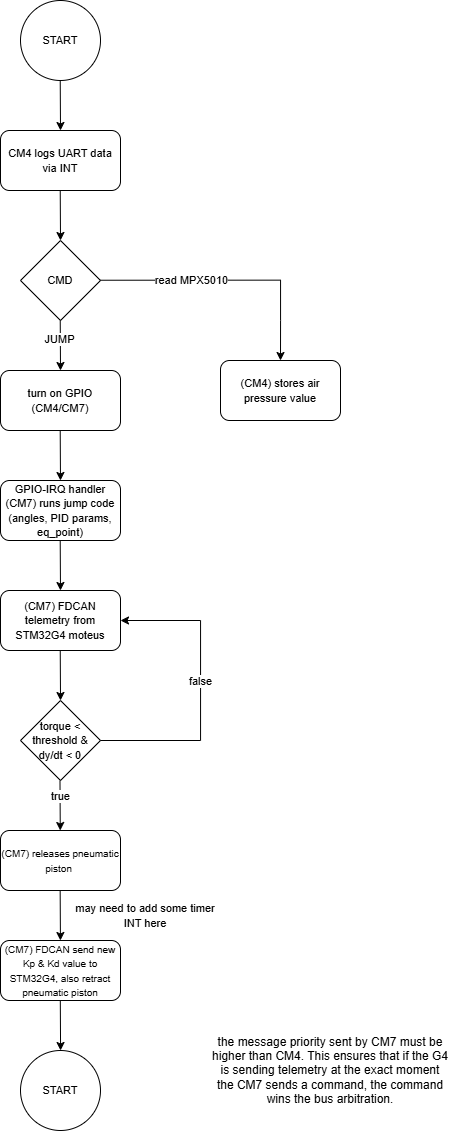
Earlier version of the draw.io export FYP control flowchart.png (milotruck-shin/doingmeathink). Source tidied: cells renumbered, new cells last; positions are measured from the earlier drawing's top-left corner, leaving out a move shared by most shapes.
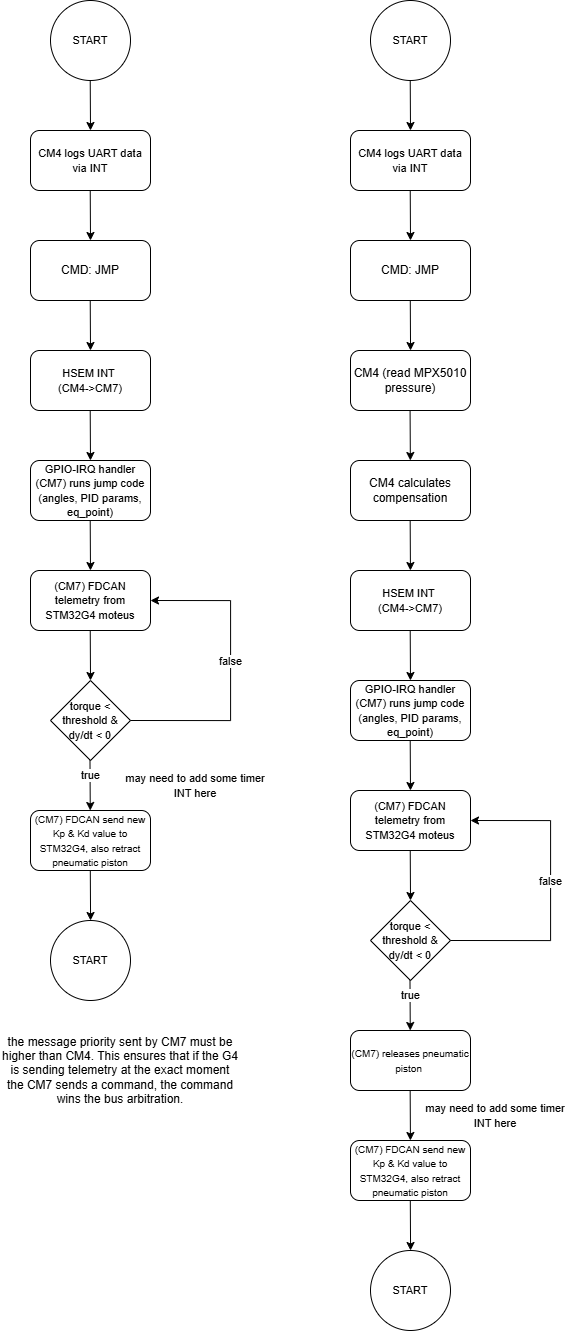
The same file after the commit.

Diff of the diagram source:
```diff
@@ -8,9 +8,6 @@
     <mxCell id="3" value="&lt;font style=&quot;font-size: 11px;&quot;&gt;CM4 logs UART data via INT&lt;/font&gt;" style="rounded=1;whiteSpace=wrap;html=1;" parent="1" vertex="1">
       <mxGeometry y="130" width="120" height="60" as="geometry" />
     </mxCell>
-    <mxCell id="4" value="&lt;font style=&quot;font-size: 11px;&quot;&gt;CMD&lt;/font&gt;" style="rhombus;whiteSpace=wrap;html=1;" parent="1" vertex="1">
-      <mxGeometry x="20" y="240" width="80" height="80" as="geometry" />
-    </mxCell>
     <mxCell id="5" style="endArrow=classic;html=1;rounded=0;entryX=0.5;entryY=0;entryDx=0;entryDy=0;" parent="1" edge="1" target="3">
       <mxGeometry relative="1" as="geometry">
         <mxPoint x="59.7" y="80" as="sourcePoint" />
@@ -24,65 +21,44 @@
     </mxCell>
     <mxCell id="7" style="endArrow=classic;html=1;rounded=0;entryX=0.5;entryY=0;entryDx=0;entryDy=0;" parent="1" edge="1">
       <mxGeometry relative="1" as="geometry">
-        <mxPoint x="59.7" y="320" as="sourcePoint" />
-        <mxPoint x="60" y="370" as="targetPoint" />
+        <mxPoint x="59.7" y="300" as="sourcePoint" />
+        <mxPoint x="60" y="350" as="targetPoint" />
       </mxGeometry>
     </mxCell>
-    <mxCell id="8" value="JUMP" style="edgeLabel;html=1;align=center;verticalAlign=middle;" parent="7" vertex="1">
-      <mxGeometry x="-0.23" y="-1" relative="1" as="geometry" />
-    </mxCell>
-    <mxCell id="9" style="endArrow=classic;html=1;rounded=0;edgeStyle=orthogonalEdgeStyle;" parent="1" edge="1">
-      <mxGeometry relative="1" as="geometry">
-        <mxPoint x="100" y="279.7" as="sourcePoint" />
-        <mxPoint x="280" y="360" as="targetPoint" />
-        <Array as="points">
-          <mxPoint x="280" y="280" />
-          <mxPoint x="280" y="320" />
-        </Array>
-      </mxGeometry>
-    </mxCell>
-    <mxCell id="10" value="read MPX5010" style="edgeLabel;html=1;align=center;verticalAlign=middle;" parent="9" vertex="1">
-      <mxGeometry x="-0.41" y="2" relative="1" as="geometry">
-        <mxPoint x="13" y="2" as="offset" />
-      </mxGeometry>
-    </mxCell>
-    <mxCell id="11" value="&lt;font style=&quot;font-size: 11px;&quot;&gt;turn on GPIO (CM4/CM7)&lt;/font&gt;" style="rounded=1;whiteSpace=wrap;html=1;" parent="1" vertex="1">
-      <mxGeometry y="370" width="120" height="60" as="geometry" />
+    <mxCell id="11" value="&lt;font style=&quot;font-size: 11px;&quot;&gt;HSEM INT&amp;nbsp;&lt;/font&gt;&lt;div&gt;&lt;font style=&quot;font-size: 11px;&quot;&gt;(CM4-&amp;gt;CM7)&lt;/font&gt;&lt;/div&gt;" style="rounded=1;whiteSpace=wrap;html=1;" parent="1" vertex="1">
+      <mxGeometry y="350" width="120" height="60" as="geometry" />
     </mxCell>
     <mxCell id="12" style="endArrow=classic;html=1;rounded=0;entryX=0.5;entryY=0;entryDx=0;entryDy=0;" parent="1" edge="1">
       <mxGeometry relative="1" as="geometry">
-        <mxPoint x="59.7" y="430" as="sourcePoint" />
-        <mxPoint x="60" y="480" as="targetPoint" />
+        <mxPoint x="59.7" y="410" as="sourcePoint" />
+        <mxPoint x="60" y="460" as="targetPoint" />
       </mxGeometry>
     </mxCell>
     <mxCell id="13" value="&lt;font style=&quot;font-size: 11px;&quot;&gt;GPIO-IRQ handler (CM7) runs jump code (angles, PID params, eq_point)&lt;/font&gt;" style="rounded=1;whiteSpace=wrap;html=1;" parent="1" vertex="1">
-      <mxGeometry y="480" width="120" height="60" as="geometry" />
+      <mxGeometry y="460" width="120" height="60" as="geometry" />
     </mxCell>
     <mxCell id="14" style="endArrow=classic;html=1;rounded=0;entryX=0.5;entryY=0;entryDx=0;entryDy=0;" parent="1" edge="1">
       <mxGeometry relative="1" as="geometry">
-        <mxPoint x="59.7" y="540" as="sourcePoint" />
-        <mxPoint x="60" y="590" as="targetPoint" />
+        <mxPoint x="59.7" y="520" as="sourcePoint" />
+        <mxPoint x="60" y="570" as="targetPoint" />
       </mxGeometry>
     </mxCell>
-    <mxCell id="15" value="&lt;font style=&quot;font-size: 11px;&quot;&gt;(CM4) stores air pressure value&lt;/font&gt;" style="rounded=1;whiteSpace=wrap;html=1;" parent="1" vertex="1">
-      <mxGeometry x="220" y="360" width="120" height="60" as="geometry" />
-    </mxCell>
     <mxCell id="16" value="&lt;font style=&quot;font-size: 11px;&quot;&gt;(CM7) FDCAN telemetry from STM32G4 moteus&lt;/font&gt;" style="rounded=1;whiteSpace=wrap;html=1;" parent="1" vertex="1">
-      <mxGeometry y="590" width="120" height="60" as="geometry" />
+      <mxGeometry y="570" width="120" height="60" as="geometry" />
     </mxCell>
     <mxCell id="17" value="&lt;font style=&quot;font-size: 11px;&quot;&gt;torque &amp;lt; threshold &amp;amp; dy/dt &amp;lt; 0&lt;/font&gt;" style="rhombus;whiteSpace=wrap;html=1;" parent="1" vertex="1">
-      <mxGeometry x="20" y="700" width="80" height="80" as="geometry" />
+      <mxGeometry x="20" y="680" width="80" height="80" as="geometry" />
     </mxCell>
     <mxCell id="18" style="endArrow=classic;html=1;rounded=0;entryX=0.5;entryY=0;entryDx=0;entryDy=0;" parent="1" edge="1">
       <mxGeometry relative="1" as="geometry">
-        <mxPoint x="59.7" y="650" as="sourcePoint" />
-        <mxPoint x="60" y="700" as="targetPoint" />
+        <mxPoint x="59.7" y="630" as="sourcePoint" />
+        <mxPoint x="60" y="680" as="targetPoint" />
       </mxGeometry>
     </mxCell>
     <mxCell id="19" style="endArrow=classic;html=1;rounded=0;entryX=0.5;entryY=0;entryDx=0;entryDy=0;" parent="1" edge="1">
       <mxGeometry relative="1" as="geometry">
-        <mxPoint x="59.5" y="780" as="sourcePoint" />
-        <mxPoint x="59.8" y="830" as="targetPoint" />
+        <mxPoint x="59.5" y="760" as="sourcePoint" />
+        <mxPoint x="59.8" y="810" as="targetPoint" />
       </mxGeometry>
     </mxCell>
     <mxCell id="20" value="true" style="edgeLabel;html=1;align=center;verticalAlign=middle;" parent="19" vertex="1">
@@ -93,8 +69,8 @@
     <mxCell id="21" style="endArrow=classic;html=1;rounded=0;edgeStyle=orthogonalEdgeStyle;exitX=1;exitY=0.5;exitDx=0;exitDy=0;entryX=1;entryY=0.5;entryDx=0;entryDy=0;" parent="1" edge="1" source="17" target="16">
       <mxGeometry relative="1" as="geometry">
         <Array as="points">
-          <mxPoint x="200" y="740" />
-          <mxPoint x="200" y="620" />
+          <mxPoint x="200" y="720" />
+          <mxPoint x="200" y="600" />
         </Array>
       </mxGeometry>
     </mxCell>
@@ -103,32 +79,148 @@
         <mxPoint x="14" y="-60" as="offset" />
       </mxGeometry>
     </mxCell>
-    <mxCell id="23" value="&lt;font size=&quot;1&quot;&gt;(CM7) releases pneumatic piston&amp;nbsp;&lt;/font&gt;" style="rounded=1;whiteSpace=wrap;html=1;" parent="1" vertex="1">
-      <mxGeometry y="830" width="120" height="60" as="geometry" />
-    </mxCell>
     <mxCell id="24" value="the message priority sent by CM7 must be higher than CM4.&amp;nbsp;This ensures that if the G4 is sending telemetry at the exact moment the CM7 sends a command, the command wins the bus arbitration." style="text;html=1;whiteSpace=wrap;strokeColor=none;fillColor=none;align=center;verticalAlign=middle;rounded=0;" parent="1" vertex="1">
-      <mxGeometry x="210" y="1020" width="240" height="100" as="geometry" />
+      <mxGeometry x="-30" y="1020" width="240" height="100" as="geometry" />
     </mxCell>
     <mxCell id="25" value="&lt;span style=&quot;font-size: x-small;&quot;&gt;(CM7) FDCAN send new Kp &amp;amp; Kd value to STM32G4, also retract pneumatic piston&lt;/span&gt;" style="rounded=1;whiteSpace=wrap;html=1;" parent="1" vertex="1">
-      <mxGeometry y="940" width="120" height="60" as="geometry" />
+      <mxGeometry y="810" width="120" height="60" as="geometry" />
     </mxCell>
-    <mxCell id="26" style="endArrow=classic;html=1;rounded=0;entryX=0.5;entryY=0;entryDx=0;entryDy=0;" parent="1" edge="1">
-      <mxGeometry relative="1" as="geometry">
-        <mxPoint x="59.7" y="890" as="sourcePoint" />
-        <mxPoint x="59.9" y="940" as="targetPoint" />
-      </mxGeometry>
-    </mxCell>
     <mxCell id="27" value="&lt;font style=&quot;font-size: 11px;&quot;&gt;may need to add some timer INT here&lt;/font&gt;" style="text;html=1;whiteSpace=wrap;strokeColor=none;fillColor=none;align=center;verticalAlign=middle;rounded=0;" parent="1" vertex="1">
-      <mxGeometry x="70" y="900" width="150" height="30" as="geometry" />
+      <mxGeometry x="90" y="770" width="150" height="30" as="geometry" />
     </mxCell>
     <mxCell id="28" value="&lt;font style=&quot;font-size: 11px;&quot;&gt;START&lt;/font&gt;" style="ellipse;whiteSpace=wrap;html=1;" parent="1" vertex="1">
-      <mxGeometry x="20" y="1050" width="80" height="80" as="geometry" />
+      <mxGeometry x="20" y="920" width="80" height="80" as="geometry" />
     </mxCell>
     <mxCell id="29" style="endArrow=classic;html=1;rounded=0;entryX=0.5;entryY=0;entryDx=0;entryDy=0;" parent="1" edge="1">
       <mxGeometry relative="1" as="geometry">
-        <mxPoint x="59.8" y="1000" as="sourcePoint" />
-        <mxPoint x="60.1" y="1050" as="targetPoint" />
+        <mxPoint x="59.8" y="870" as="sourcePoint" />
+        <mxPoint x="60.1" y="920" as="targetPoint" />
       </mxGeometry>
     </mxCell>
+    <mxCell id="30" value="&lt;font style=&quot;font-size: 11px;&quot;&gt;START&lt;/font&gt;" style="ellipse;whiteSpace=wrap;html=1;" parent="1" vertex="1">
+      <mxGeometry x="340" width="80" height="80" as="geometry" />
+    </mxCell>
+    <mxCell id="31" value="&lt;font style=&quot;font-size: 11px;&quot;&gt;CM4 logs UART data via INT&lt;/font&gt;" style="rounded=1;whiteSpace=wrap;html=1;" parent="1" vertex="1">
+      <mxGeometry x="320" y="130" width="120" height="60" as="geometry" />
+    </mxCell>
+    <mxCell id="32" style="endArrow=classic;html=1;rounded=0;entryX=0.5;entryY=0;entryDx=0;entryDy=0;" parent="1" edge="1" target="31">
+      <mxGeometry relative="1" as="geometry">
+        <mxPoint x="379.7" y="80" as="sourcePoint" />
+      </mxGeometry>
+    </mxCell>
+    <mxCell id="33" style="endArrow=classic;html=1;rounded=0;entryX=0.5;entryY=0;entryDx=0;entryDy=0;" parent="1" edge="1">
+      <mxGeometry relative="1" as="geometry">
+        <mxPoint x="379.7" y="190" as="sourcePoint" />
+        <mxPoint x="380" y="240" as="targetPoint" />
+      </mxGeometry>
+    </mxCell>
+    <mxCell id="34" value="&lt;font style=&quot;font-size: 11px;&quot;&gt;HSEM INT&amp;nbsp;&lt;/font&gt;&lt;div&gt;&lt;font style=&quot;font-size: 11px;&quot;&gt;(CM4-&amp;gt;CM7)&lt;/font&gt;&lt;/div&gt;" style="rounded=1;whiteSpace=wrap;html=1;" parent="1" vertex="1">
+      <mxGeometry x="320" y="570" width="120" height="60" as="geometry" />
+    </mxCell>
+    <mxCell id="35" style="endArrow=classic;html=1;rounded=0;entryX=0.5;entryY=0;entryDx=0;entryDy=0;" parent="1" edge="1">
+      <mxGeometry relative="1" as="geometry">
+        <mxPoint x="379.7" y="630" as="sourcePoint" />
+        <mxPoint x="380" y="680" as="targetPoint" />
+      </mxGeometry>
+    </mxCell>
+    <mxCell id="36" value="&lt;font style=&quot;font-size: 11px;&quot;&gt;GPIO-IRQ handler (CM7) runs jump code (angles, PID params, eq_point)&lt;/font&gt;" style="rounded=1;whiteSpace=wrap;html=1;" parent="1" vertex="1">
+      <mxGeometry x="320" y="680" width="120" height="60" as="geometry" />
+    </mxCell>
+    <mxCell id="37" style="endArrow=classic;html=1;rounded=0;entryX=0.5;entryY=0;entryDx=0;entryDy=0;" parent="1" edge="1">
+      <mxGeometry relative="1" as="geometry">
+        <mxPoint x="379.7" y="740" as="sourcePoint" />
+        <mxPoint x="380" y="790" as="targetPoint" />
+      </mxGeometry>
+    </mxCell>
+    <mxCell id="38" value="&lt;font style=&quot;font-size: 11px;&quot;&gt;(CM7) FDCAN telemetry from STM32G4 moteus&lt;/font&gt;" style="rounded=1;whiteSpace=wrap;html=1;" parent="1" vertex="1">
+      <mxGeometry x="320" y="790" width="120" height="60" as="geometry" />
+    </mxCell>
+    <mxCell id="39" value="&lt;font style=&quot;font-size: 11px;&quot;&gt;torque &amp;lt; threshold &amp;amp; dy/dt &amp;lt; 0&lt;/font&gt;" style="rhombus;whiteSpace=wrap;html=1;" parent="1" vertex="1">
+      <mxGeometry x="340" y="900" width="80" height="80" as="geometry" />
+    </mxCell>
+    <mxCell id="40" style="endArrow=classic;html=1;rounded=0;entryX=0.5;entryY=0;entryDx=0;entryDy=0;" parent="1" edge="1">
+      <mxGeometry relative="1" as="geometry">
+        <mxPoint x="379.7" y="850" as="sourcePoint" />
+        <mxPoint x="380" y="900" as="targetPoint" />
+      </mxGeometry>
+    </mxCell>
+    <mxCell id="41" style="endArrow=classic;html=1;rounded=0;entryX=0.5;entryY=0;entryDx=0;entryDy=0;" parent="1" edge="1">
+      <mxGeometry relative="1" as="geometry">
+        <mxPoint x="379.5" y="980" as="sourcePoint" />
+        <mxPoint x="379.8" y="1030" as="targetPoint" />
+      </mxGeometry>
+    </mxCell>
+    <mxCell id="42" value="true" style="edgeLabel;html=1;align=center;verticalAlign=middle;" parent="41" vertex="1">
+      <mxGeometry x="-0.38" y="-2" relative="1" as="geometry">
+        <mxPoint x="2" as="offset" />
+      </mxGeometry>
+    </mxCell>
+    <mxCell id="43" style="endArrow=classic;html=1;rounded=0;edgeStyle=orthogonalEdgeStyle;exitX=1;exitY=0.5;exitDx=0;exitDy=0;entryX=1;entryY=0.5;entryDx=0;entryDy=0;" parent="1" edge="1" source="39" target="38">
+      <mxGeometry relative="1" as="geometry">
+        <Array as="points">
+          <mxPoint x="520" y="940" />
+          <mxPoint x="520" y="820" />
+        </Array>
+      </mxGeometry>
+    </mxCell>
+    <mxCell id="44" value="false" style="edgeLabel;html=1;align=center;verticalAlign=middle;" parent="43" vertex="1">
+      <mxGeometry x="-0.42" relative="1" as="geometry">
+        <mxPoint x="14" y="-60" as="offset" />
+      </mxGeometry>
+    </mxCell>
+    <mxCell id="23" value="&lt;font size=&quot;1&quot;&gt;(CM7) releases pneumatic piston&amp;nbsp;&lt;/font&gt;" style="rounded=1;whiteSpace=wrap;html=1;" parent="1" vertex="1">
+      <mxGeometry x="320" y="1030" width="120" height="60" as="geometry" />
+    </mxCell>
+    <mxCell id="45" value="&lt;span style=&quot;font-size: x-small;&quot;&gt;(CM7) FDCAN send new Kp &amp;amp; Kd value to STM32G4, also retract pneumatic piston&lt;/span&gt;" style="rounded=1;whiteSpace=wrap;html=1;" parent="1" vertex="1">
+      <mxGeometry x="320" y="1140" width="120" height="60" as="geometry" />
+    </mxCell>
+    <mxCell id="46" style="endArrow=classic;html=1;rounded=0;entryX=0.5;entryY=0;entryDx=0;entryDy=0;" parent="1" edge="1">
+      <mxGeometry relative="1" as="geometry">
+        <mxPoint x="379.7" y="1090" as="sourcePoint" />
+        <mxPoint x="379.9" y="1140" as="targetPoint" />
+      </mxGeometry>
+    </mxCell>
+    <mxCell id="47" value="&lt;font style=&quot;font-size: 11px;&quot;&gt;may need to add some timer INT here&lt;/font&gt;" style="text;html=1;whiteSpace=wrap;strokeColor=none;fillColor=none;align=center;verticalAlign=middle;rounded=0;" parent="1" vertex="1">
+      <mxGeometry x="390" y="1100" width="150" height="30" as="geometry" />
+    </mxCell>
+    <mxCell id="48" value="&lt;font style=&quot;font-size: 11px;&quot;&gt;START&lt;/font&gt;" style="ellipse;whiteSpace=wrap;html=1;" parent="1" vertex="1">
+      <mxGeometry x="340" y="1250" width="80" height="80" as="geometry" />
+    </mxCell>
+    <mxCell id="49" style="endArrow=classic;html=1;rounded=0;entryX=0.5;entryY=0;entryDx=0;entryDy=0;" parent="1" edge="1">
+      <mxGeometry relative="1" as="geometry">
+        <mxPoint x="379.8" y="1200" as="sourcePoint" />
+        <mxPoint x="380.1" y="1250" as="targetPoint" />
+      </mxGeometry>
+    </mxCell>
+    <mxCell id="50" value="CMD: JMP" style="rounded=1;whiteSpace=wrap;html=1;" parent="1" vertex="1">
+      <mxGeometry y="240" width="120" height="60" as="geometry" />
+    </mxCell>
+    <mxCell id="51" value="CMD: JMP" style="rounded=1;whiteSpace=wrap;html=1;" parent="1" vertex="1">
+      <mxGeometry x="320" y="240" width="120" height="60" as="geometry" />
+    </mxCell>
+    <mxCell id="52" style="endArrow=classic;html=1;rounded=0;entryX=0.5;entryY=0;entryDx=0;entryDy=0;" parent="1" edge="1">
+      <mxGeometry relative="1" as="geometry">
+        <mxPoint x="379.8" y="300" as="sourcePoint" />
+        <mxPoint x="380" y="350" as="targetPoint" />
+      </mxGeometry>
+    </mxCell>
+    <mxCell id="53" value="CM4 (read MPX5010 pressure)" style="rounded=1;whiteSpace=wrap;html=1;" parent="1" vertex="1">
+      <mxGeometry x="320" y="350" width="120" height="60" as="geometry" />
+    </mxCell>
+    <mxCell id="54" style="endArrow=classic;html=1;rounded=0;entryX=0.5;entryY=0;entryDx=0;entryDy=0;" parent="1" edge="1">
+      <mxGeometry relative="1" as="geometry">
+        <mxPoint x="379.6" y="410" as="sourcePoint" />
+        <mxPoint x="379.9" y="460" as="targetPoint" />
+      </mxGeometry>
+    </mxCell>
+    <mxCell id="55" value="CM4 calculates compensation" style="rounded=1;whiteSpace=wrap;html=1;" parent="1" vertex="1">
+      <mxGeometry x="320" y="460" width="120" height="60" as="geometry" />
+    </mxCell>
+    <mxCell id="56" style="endArrow=classic;html=1;rounded=0;entryX=0.5;entryY=0;entryDx=0;entryDy=0;" parent="1" edge="1">
+      <mxGeometry relative="1" as="geometry">
+        <mxPoint x="379.7" y="520" as="sourcePoint" />
+        <mxPoint x="379.9" y="570" as="targetPoint" />
+      </mxGeometry>
+    </mxCell>
   </root>
 </mxGraphModel>
```
